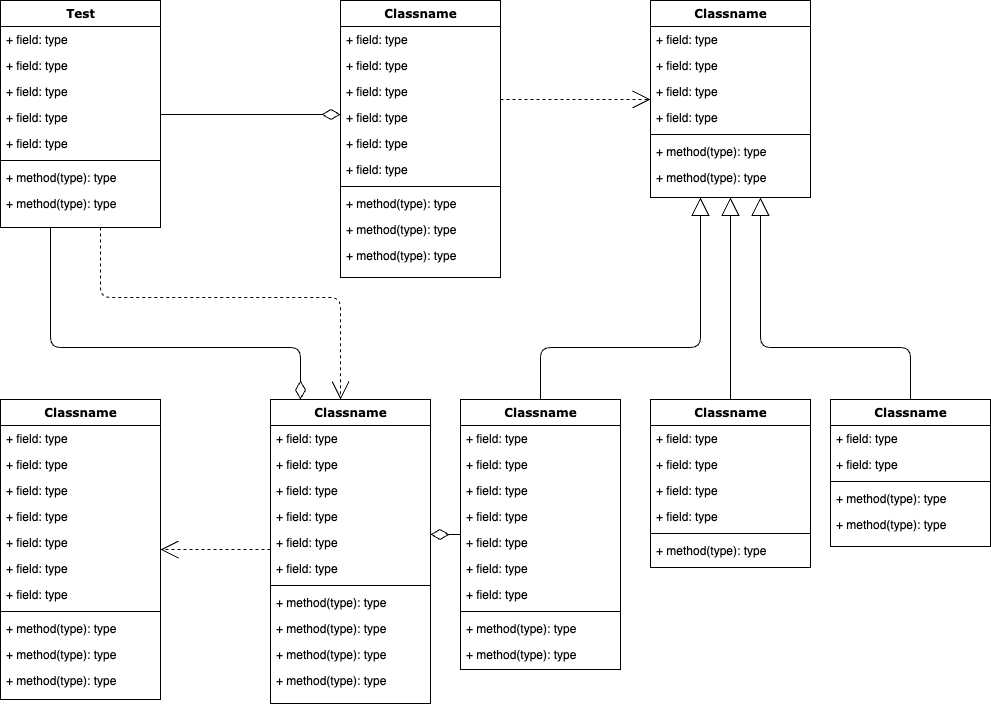
Earlier version of the draw.io export UML.png (SohamA12345/Project). Source tidied: cells renumbered, new cells last; positions are measured from the earlier drawing's top-left corner, leaving out a move shared by most shapes.
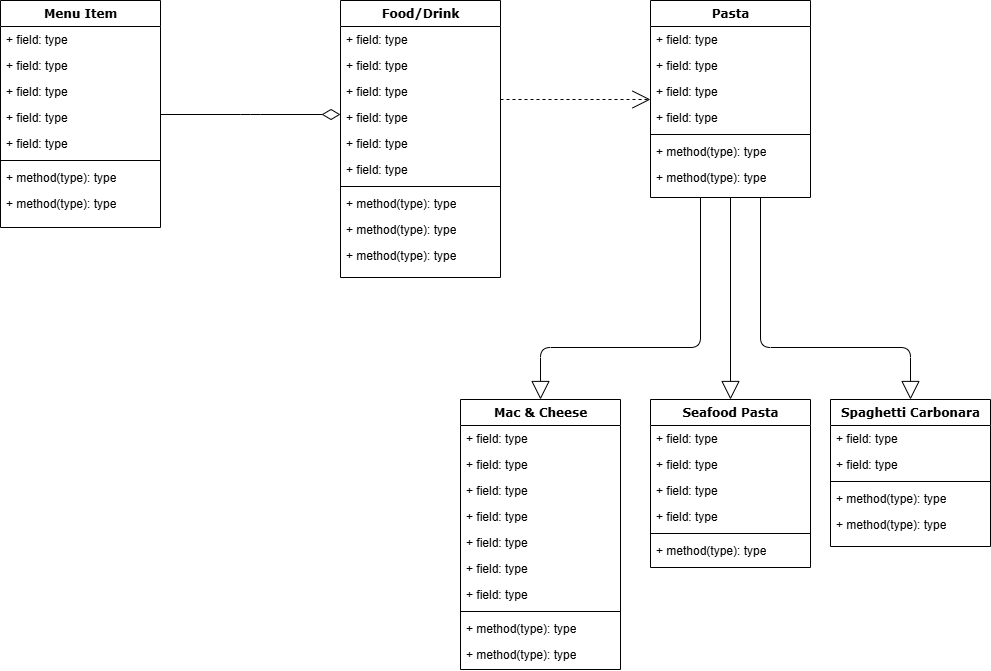
Above is the later version.

Commit message:
Added parent classes and a pasta subclass.

What changed in the source:
```diff
@@ -2,23 +2,7 @@
   <root>
     <mxCell id="0" />
     <mxCell id="1" parent="0" />
-    <mxCell id="2" style="edgeStyle=orthogonalEdgeStyle;html=1;labelBackgroundColor=none;startFill=0;startSize=8;endArrow=open;endFill=0;endSize=16;fontFamily=Verdana;fontSize=12;dashed=1;" parent="1" edge="1" source="4" target="47">
-      <mxGeometry relative="1" as="geometry">
-        <Array as="points">
-          <mxPoint x="100" y="297" />
-          <mxPoint x="340" y="297" />
-        </Array>
-      </mxGeometry>
-    </mxCell>
-    <mxCell id="3" style="edgeStyle=orthogonalEdgeStyle;html=1;labelBackgroundColor=none;startFill=0;startSize=8;endArrow=diamondThin;endFill=0;endSize=16;fontFamily=Verdana;fontSize=12;" parent="1" edge="1" source="4" target="47">
-      <mxGeometry relative="1" as="geometry">
-        <Array as="points">
-          <mxPoint x="50" y="347" />
-          <mxPoint x="300" y="347" />
-        </Array>
-      </mxGeometry>
-    </mxCell>
-    <mxCell id="4" value="Test&lt;div&gt;&lt;br&gt;&lt;/div&gt;" style="swimlane;html=1;fontStyle=1;align=center;verticalAlign=top;horizontal=1;startSize=26;swimlaneFillColor=#ffffff;rounded=0;shadow=0;comic=0;labelBackgroundColor=none;strokeWidth=1;fillColor=none;fontFamily=Verdana;fontSize=12;" parent="1" vertex="1">
+    <mxCell id="4" value="&lt;div&gt;Menu Item&lt;br&gt;&lt;/div&gt;" style="swimlane;html=1;fontStyle=1;align=center;verticalAlign=top;horizontal=1;startSize=26;swimlaneFillColor=#ffffff;rounded=0;shadow=0;comic=0;labelBackgroundColor=none;strokeWidth=1;fillColor=none;fontFamily=Verdana;fontSize=12;" parent="1" vertex="1">
       <mxGeometry width="160" height="227" as="geometry" />
     </mxCell>
     <mxCell id="5" value="+ field: type" style="text;html=1;strokeColor=none;fillColor=none;align=left;verticalAlign=top;spacingLeft=4;spacingRight=4;whiteSpace=wrap;overflow=hidden;" parent="4" vertex="1">
@@ -48,7 +32,7 @@
     <mxCell id="13" style="edgeStyle=elbowEdgeStyle;html=1;labelBackgroundColor=none;startFill=0;startSize=8;endArrow=open;endFill=0;endSize=16;fontFamily=Verdana;fontSize=12;elbow=vertical;dashed=1;" parent="1" edge="1" source="14" target="25">
       <mxGeometry relative="1" as="geometry" />
     </mxCell>
-    <mxCell id="14" value="Classname" style="swimlane;html=1;fontStyle=1;align=center;verticalAlign=top;horizontal=1;startSize=26;swimlaneFillColor=#ffffff;rounded=0;shadow=0;comic=0;labelBackgroundColor=none;strokeWidth=1;fillColor=none;fontFamily=Verdana;fontSize=12;" parent="1" vertex="1">
+    <mxCell id="14" value="Food/Drink" style="swimlane;html=1;fontStyle=1;align=center;verticalAlign=top;horizontal=1;startSize=26;swimlaneFillColor=#ffffff;rounded=0;shadow=0;comic=0;labelBackgroundColor=none;strokeWidth=1;fillColor=none;fontFamily=Verdana;fontSize=12;" parent="1" vertex="1">
       <mxGeometry x="340" width="160" height="277" as="geometry" />
     </mxCell>
     <mxCell id="15" value="+ field: type" style="text;html=1;strokeColor=none;fillColor=none;align=left;verticalAlign=top;spacingLeft=4;spacingRight=4;whiteSpace=wrap;overflow=hidden;" parent="14" vertex="1">
@@ -81,7 +65,7 @@
     <mxCell id="24" value="+ method(type): type" style="text;html=1;strokeColor=none;fillColor=none;align=left;verticalAlign=top;spacingLeft=4;spacingRight=4;whiteSpace=wrap;overflow=hidden;" parent="14" vertex="1">
       <mxGeometry y="242" width="160" height="26" as="geometry" />
     </mxCell>
-    <mxCell id="25" value="Classname" style="swimlane;html=1;fontStyle=1;align=center;verticalAlign=top;horizontal=1;startSize=26;swimlaneFillColor=#ffffff;rounded=0;shadow=0;comic=0;labelBackgroundColor=none;strokeWidth=1;fillColor=none;fontFamily=Verdana;fontSize=12;" parent="1" vertex="1">
+    <mxCell id="25" value="Pasta" style="swimlane;html=1;fontStyle=1;align=center;verticalAlign=top;horizontal=1;startSize=26;swimlaneFillColor=#ffffff;rounded=0;shadow=0;comic=0;labelBackgroundColor=none;strokeWidth=1;fillColor=none;fontFamily=Verdana;fontSize=12;" parent="1" vertex="1">
       <mxGeometry x="650" width="160" height="197" as="geometry" />
     </mxCell>
     <mxCell id="26" value="+ field: type" style="text;html=1;strokeColor=none;fillColor=none;align=left;verticalAlign=top;spacingLeft=4;spacingRight=4;whiteSpace=wrap;overflow=hidden;" parent="25" vertex="1">
@@ -105,93 +89,15 @@
     <mxCell id="32" value="+ method(type): type" style="text;html=1;strokeColor=none;fillColor=none;align=left;verticalAlign=top;spacingLeft=4;spacingRight=4;whiteSpace=wrap;overflow=hidden;" parent="25" vertex="1">
       <mxGeometry y="164" width="160" height="26" as="geometry" />
     </mxCell>
-    <mxCell id="33" style="edgeStyle=elbowEdgeStyle;html=1;labelBackgroundColor=none;startFill=0;startSize=8;endArrow=open;endFill=0;endSize=16;fontFamily=Verdana;fontSize=12;elbow=vertical;dashed=1;" parent="1" edge="1" source="47" target="34">
-      <mxGeometry relative="1" as="geometry" />
-    </mxCell>
-    <mxCell id="34" value="Classname" style="swimlane;html=1;fontStyle=1;align=center;verticalAlign=top;horizontal=1;startSize=26;swimlaneFillColor=#ffffff;rounded=0;shadow=0;comic=0;labelBackgroundColor=none;strokeWidth=1;fillColor=none;fontFamily=Verdana;fontSize=12;" parent="1" vertex="1">
-      <mxGeometry y="399" width="160" height="300" as="geometry" />
-    </mxCell>
-    <mxCell id="35" value="+ field: type" style="text;html=1;strokeColor=none;fillColor=none;align=left;verticalAlign=top;spacingLeft=4;spacingRight=4;whiteSpace=wrap;overflow=hidden;" parent="34" vertex="1">
-      <mxGeometry y="26" width="160" height="26" as="geometry" />
-    </mxCell>
-    <mxCell id="36" value="+ field: type" style="text;html=1;strokeColor=none;fillColor=none;align=left;verticalAlign=top;spacingLeft=4;spacingRight=4;whiteSpace=wrap;overflow=hidden;" parent="34" vertex="1">
-      <mxGeometry y="52" width="160" height="26" as="geometry" />
-    </mxCell>
-    <mxCell id="37" value="+ field: type" style="text;html=1;strokeColor=none;fillColor=none;align=left;verticalAlign=top;spacingLeft=4;spacingRight=4;whiteSpace=wrap;overflow=hidden;" parent="34" vertex="1">
-      <mxGeometry y="78" width="160" height="26" as="geometry" />
-    </mxCell>
-    <mxCell id="38" value="+ field: type" style="text;html=1;strokeColor=none;fillColor=none;align=left;verticalAlign=top;spacingLeft=4;spacingRight=4;whiteSpace=wrap;overflow=hidden;" parent="34" vertex="1">
-      <mxGeometry y="104" width="160" height="26" as="geometry" />
-    </mxCell>
-    <mxCell id="39" value="+ field: type" style="text;html=1;strokeColor=none;fillColor=none;align=left;verticalAlign=top;spacingLeft=4;spacingRight=4;whiteSpace=wrap;overflow=hidden;" parent="34" vertex="1">
-      <mxGeometry y="130" width="160" height="26" as="geometry" />
-    </mxCell>
-    <mxCell id="40" value="+ field: type" style="text;html=1;strokeColor=none;fillColor=none;align=left;verticalAlign=top;spacingLeft=4;spacingRight=4;whiteSpace=wrap;overflow=hidden;" parent="34" vertex="1">
-      <mxGeometry y="156" width="160" height="26" as="geometry" />
-    </mxCell>
-    <mxCell id="41" value="+ field: type" style="text;html=1;strokeColor=none;fillColor=none;align=left;verticalAlign=top;spacingLeft=4;spacingRight=4;whiteSpace=wrap;overflow=hidden;" parent="34" vertex="1">
-      <mxGeometry y="182" width="160" height="26" as="geometry" />
-    </mxCell>
-    <mxCell id="42" style="line;html=1;strokeWidth=1;fillColor=none;align=left;verticalAlign=middle;spacingTop=-1;spacingLeft=3;spacingRight=3;labelPosition=right;" parent="34" vertex="1">
-      <mxGeometry y="208" width="160" height="8" as="geometry" />
-    </mxCell>
-    <mxCell id="43" value="+ method(type): type" style="text;html=1;strokeColor=none;fillColor=none;align=left;verticalAlign=top;spacingLeft=4;spacingRight=4;whiteSpace=wrap;overflow=hidden;" parent="34" vertex="1">
-      <mxGeometry y="216" width="160" height="26" as="geometry" />
-    </mxCell>
-    <mxCell id="44" value="+ method(type): type" style="text;html=1;strokeColor=none;fillColor=none;align=left;verticalAlign=top;spacingLeft=4;spacingRight=4;whiteSpace=wrap;overflow=hidden;" parent="34" vertex="1">
-      <mxGeometry y="242" width="160" height="26" as="geometry" />
-    </mxCell>
-    <mxCell id="45" value="+ method(type): type" style="text;html=1;strokeColor=none;fillColor=none;align=left;verticalAlign=top;spacingLeft=4;spacingRight=4;whiteSpace=wrap;overflow=hidden;" parent="34" vertex="1">
-      <mxGeometry y="268" width="160" height="26" as="geometry" />
-    </mxCell>
-    <mxCell id="46" style="edgeStyle=elbowEdgeStyle;html=1;labelBackgroundColor=none;startFill=0;startSize=8;endArrow=diamondThin;endFill=0;endSize=16;fontFamily=Verdana;fontSize=12;elbow=vertical;" parent="1" edge="1" source="60" target="47">
-      <mxGeometry relative="1" as="geometry" />
-    </mxCell>
-    <mxCell id="47" value="Classname" style="swimlane;html=1;fontStyle=1;align=center;verticalAlign=top;horizontal=1;startSize=26;swimlaneFillColor=#ffffff;rounded=0;shadow=0;comic=0;labelBackgroundColor=none;strokeWidth=1;fillColor=none;fontFamily=Verdana;fontSize=12;" parent="1" vertex="1">
-      <mxGeometry x="270" y="399" width="160" height="304" as="geometry" />
-    </mxCell>
-    <mxCell id="48" value="+ field: type" style="text;html=1;strokeColor=none;fillColor=none;align=left;verticalAlign=top;spacingLeft=4;spacingRight=4;whiteSpace=wrap;overflow=hidden;" parent="47" vertex="1">
-      <mxGeometry y="26" width="160" height="26" as="geometry" />
-    </mxCell>
-    <mxCell id="49" value="+ field: type" style="text;html=1;strokeColor=none;fillColor=none;align=left;verticalAlign=top;spacingLeft=4;spacingRight=4;whiteSpace=wrap;overflow=hidden;" parent="47" vertex="1">
-      <mxGeometry y="52" width="160" height="26" as="geometry" />
-    </mxCell>
-    <mxCell id="50" value="+ field: type" style="text;html=1;strokeColor=none;fillColor=none;align=left;verticalAlign=top;spacingLeft=4;spacingRight=4;whiteSpace=wrap;overflow=hidden;" parent="47" vertex="1">
-      <mxGeometry y="78" width="160" height="26" as="geometry" />
-    </mxCell>
-    <mxCell id="51" value="+ field: type" style="text;html=1;strokeColor=none;fillColor=none;align=left;verticalAlign=top;spacingLeft=4;spacingRight=4;whiteSpace=wrap;overflow=hidden;" parent="47" vertex="1">
-      <mxGeometry y="104" width="160" height="26" as="geometry" />
-    </mxCell>
-    <mxCell id="52" value="+ field: type" style="text;html=1;strokeColor=none;fillColor=none;align=left;verticalAlign=top;spacingLeft=4;spacingRight=4;whiteSpace=wrap;overflow=hidden;" parent="47" vertex="1">
-      <mxGeometry y="130" width="160" height="26" as="geometry" />
-    </mxCell>
-    <mxCell id="53" value="+ field: type" style="text;html=1;strokeColor=none;fillColor=none;align=left;verticalAlign=top;spacingLeft=4;spacingRight=4;whiteSpace=wrap;overflow=hidden;" parent="47" vertex="1">
-      <mxGeometry y="156" width="160" height="26" as="geometry" />
-    </mxCell>
-    <mxCell id="54" style="line;html=1;strokeWidth=1;fillColor=none;align=left;verticalAlign=middle;spacingTop=-1;spacingLeft=3;spacingRight=3;labelPosition=right;" parent="47" vertex="1">
-      <mxGeometry y="182" width="160" height="8" as="geometry" />
-    </mxCell>
-    <mxCell id="55" value="+ method(type): type" style="text;html=1;strokeColor=none;fillColor=none;align=left;verticalAlign=top;spacingLeft=4;spacingRight=4;whiteSpace=wrap;overflow=hidden;" parent="47" vertex="1">
-      <mxGeometry y="190" width="160" height="26" as="geometry" />
-    </mxCell>
-    <mxCell id="56" value="+ method(type): type" style="text;html=1;strokeColor=none;fillColor=none;align=left;verticalAlign=top;spacingLeft=4;spacingRight=4;whiteSpace=wrap;overflow=hidden;" parent="47" vertex="1">
-      <mxGeometry y="216" width="160" height="26" as="geometry" />
-    </mxCell>
-    <mxCell id="57" value="+ method(type): type" style="text;html=1;strokeColor=none;fillColor=none;align=left;verticalAlign=top;spacingLeft=4;spacingRight=4;whiteSpace=wrap;overflow=hidden;" parent="47" vertex="1">
-      <mxGeometry y="242" width="160" height="26" as="geometry" />
-    </mxCell>
-    <mxCell id="58" value="+ method(type): type" style="text;html=1;strokeColor=none;fillColor=none;align=left;verticalAlign=top;spacingLeft=4;spacingRight=4;whiteSpace=wrap;overflow=hidden;" parent="47" vertex="1">
-      <mxGeometry y="268" width="160" height="26" as="geometry" />
-    </mxCell>
-    <mxCell id="59" style="edgeStyle=orthogonalEdgeStyle;html=1;labelBackgroundColor=none;startFill=0;startSize=8;endArrow=block;endFill=0;endSize=16;fontFamily=Verdana;fontSize=12;" parent="1" edge="1" source="60" target="25">
+    <mxCell id="59" style="edgeStyle=orthogonalEdgeStyle;html=1;labelBackgroundColor=none;startFill=0;startSize=8;endArrow=block;endFill=0;endSize=16;fontFamily=Verdana;fontSize=12;" parent="1" edge="1" source="25" target="60">
       <mxGeometry relative="1" as="geometry">
         <Array as="points">
+          <mxPoint x="700" y="347" />
           <mxPoint x="540" y="347" />
-          <mxPoint x="700" y="347" />
         </Array>
       </mxGeometry>
     </mxCell>
-    <mxCell id="60" value="Classname" style="swimlane;html=1;fontStyle=1;align=center;verticalAlign=top;horizontal=1;startSize=26;swimlaneFillColor=#ffffff;rounded=0;shadow=0;comic=0;labelBackgroundColor=none;strokeWidth=1;fillColor=none;fontFamily=Verdana;fontSize=12;" parent="1" vertex="1">
+    <mxCell id="60" value="Mac &amp;amp; Cheese" style="swimlane;html=1;fontStyle=1;align=center;verticalAlign=top;horizontal=1;startSize=26;swimlaneFillColor=#ffffff;rounded=0;shadow=0;comic=0;labelBackgroundColor=none;strokeWidth=1;fillColor=none;fontFamily=Verdana;fontSize=12;" parent="1" vertex="1">
       <mxGeometry x="460" y="399" width="160" height="270" as="geometry" />
     </mxCell>
     <mxCell id="61" value="+ field: type" style="text;html=1;strokeColor=none;fillColor=none;align=left;verticalAlign=top;spacingLeft=4;spacingRight=4;whiteSpace=wrap;overflow=hidden;" parent="60" vertex="1">
@@ -224,10 +130,10 @@
     <mxCell id="70" value="+ method(type): type" style="text;html=1;strokeColor=none;fillColor=none;align=left;verticalAlign=top;spacingLeft=4;spacingRight=4;whiteSpace=wrap;overflow=hidden;" parent="60" vertex="1">
       <mxGeometry y="242" width="160" height="26" as="geometry" />
     </mxCell>
-    <mxCell id="71" style="edgeStyle=orthogonalEdgeStyle;html=1;labelBackgroundColor=none;startFill=0;startSize=8;endArrow=block;endFill=0;endSize=16;fontFamily=Verdana;fontSize=12;" parent="1" edge="1" source="72" target="25">
+    <mxCell id="71" style="edgeStyle=orthogonalEdgeStyle;html=1;labelBackgroundColor=none;startFill=0;startSize=8;endArrow=block;endFill=0;endSize=16;fontFamily=Verdana;fontSize=12;" parent="1" edge="1" source="25" target="72">
       <mxGeometry relative="1" as="geometry" />
     </mxCell>
-    <mxCell id="72" value="Classname" style="swimlane;html=1;fontStyle=1;align=center;verticalAlign=top;horizontal=1;startSize=26;swimlaneFillColor=#ffffff;rounded=0;shadow=0;comic=0;labelBackgroundColor=none;strokeWidth=1;fillColor=none;fontFamily=Verdana;fontSize=12;" parent="1" vertex="1">
+    <mxCell id="72" value="Seafood Pasta" style="swimlane;html=1;fontStyle=1;align=center;verticalAlign=top;horizontal=1;startSize=26;swimlaneFillColor=#ffffff;rounded=0;shadow=0;comic=0;labelBackgroundColor=none;strokeWidth=1;fillColor=none;fontFamily=Verdana;fontSize=12;" parent="1" vertex="1">
       <mxGeometry x="650" y="399" width="160" height="168" as="geometry" />
     </mxCell>
     <mxCell id="73" value="+ field: type" style="text;html=1;strokeColor=none;fillColor=none;align=left;verticalAlign=top;spacingLeft=4;spacingRight=4;whiteSpace=wrap;overflow=hidden;" parent="72" vertex="1">
@@ -248,15 +154,15 @@
     <mxCell id="78" value="+ method(type): type" style="text;html=1;strokeColor=none;fillColor=none;align=left;verticalAlign=top;spacingLeft=4;spacingRight=4;whiteSpace=wrap;overflow=hidden;" parent="72" vertex="1">
       <mxGeometry y="138" width="160" height="26" as="geometry" />
     </mxCell>
-    <mxCell id="79" style="edgeStyle=orthogonalEdgeStyle;html=1;labelBackgroundColor=none;startFill=0;startSize=8;endArrow=block;endFill=0;endSize=16;fontFamily=Verdana;fontSize=12;" parent="1" edge="1" source="80" target="25">
+    <mxCell id="79" style="edgeStyle=orthogonalEdgeStyle;html=1;labelBackgroundColor=none;startFill=0;startSize=8;endArrow=block;endFill=0;endSize=16;fontFamily=Verdana;fontSize=12;" parent="1" edge="1" source="25" target="80">
       <mxGeometry relative="1" as="geometry">
         <Array as="points">
+          <mxPoint x="760" y="347" />
           <mxPoint x="910" y="347" />
-          <mxPoint x="760" y="347" />
         </Array>
       </mxGeometry>
     </mxCell>
-    <mxCell id="80" value="Classname" style="swimlane;html=1;fontStyle=1;align=center;verticalAlign=top;horizontal=1;startSize=26;swimlaneFillColor=#ffffff;rounded=0;shadow=0;comic=0;labelBackgroundColor=none;strokeWidth=1;fillColor=none;fontFamily=Verdana;fontSize=12;" parent="1" vertex="1">
+    <mxCell id="80" value="Spaghetti Carbonara" style="swimlane;html=1;fontStyle=1;align=center;verticalAlign=top;horizontal=1;startSize=26;swimlaneFillColor=#ffffff;rounded=0;shadow=0;comic=0;labelBackgroundColor=none;strokeWidth=1;fillColor=none;fontFamily=Verdana;fontSize=12;" parent="1" vertex="1">
       <mxGeometry x="830" y="399" width="160" height="147" as="geometry" />
     </mxCell>
     <mxCell id="81" value="+ field: type" style="text;html=1;strokeColor=none;fillColor=none;align=left;verticalAlign=top;spacingLeft=4;spacingRight=4;whiteSpace=wrap;overflow=hidden;" parent="80" vertex="1">
```
